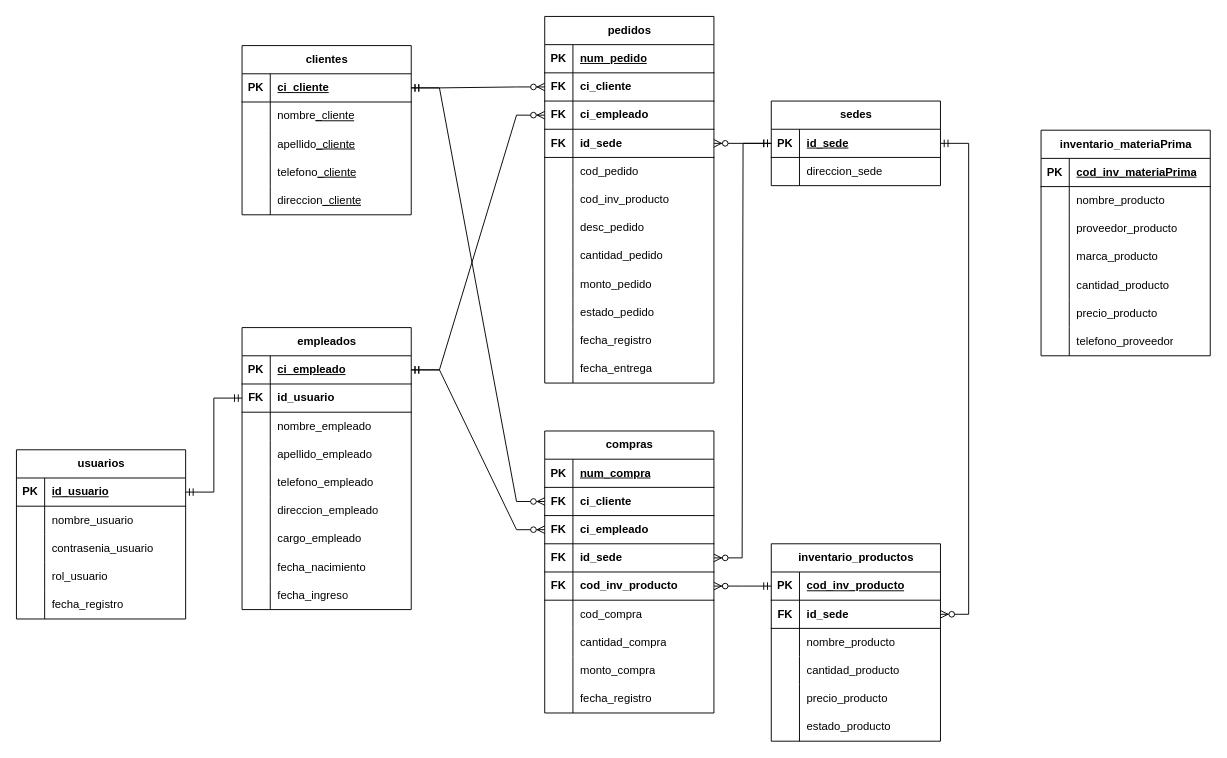
This is page "RD" (3 of 4) of IUTCM - Caso De Estudio - Analisis De Sistemas Para Informatica.drawio from AlbanyNVRodriguez/draw---diagrams, a draw.io file, before an edit. Source tidied: cells renumbered, new cells numbered last; positions are measured from the earlier drawing's top-left corner, leaving out a move shared by most shapes. Both pictures are drawn from the tidied source at 94%, with x=0, y=0 at pixel (16, 16).
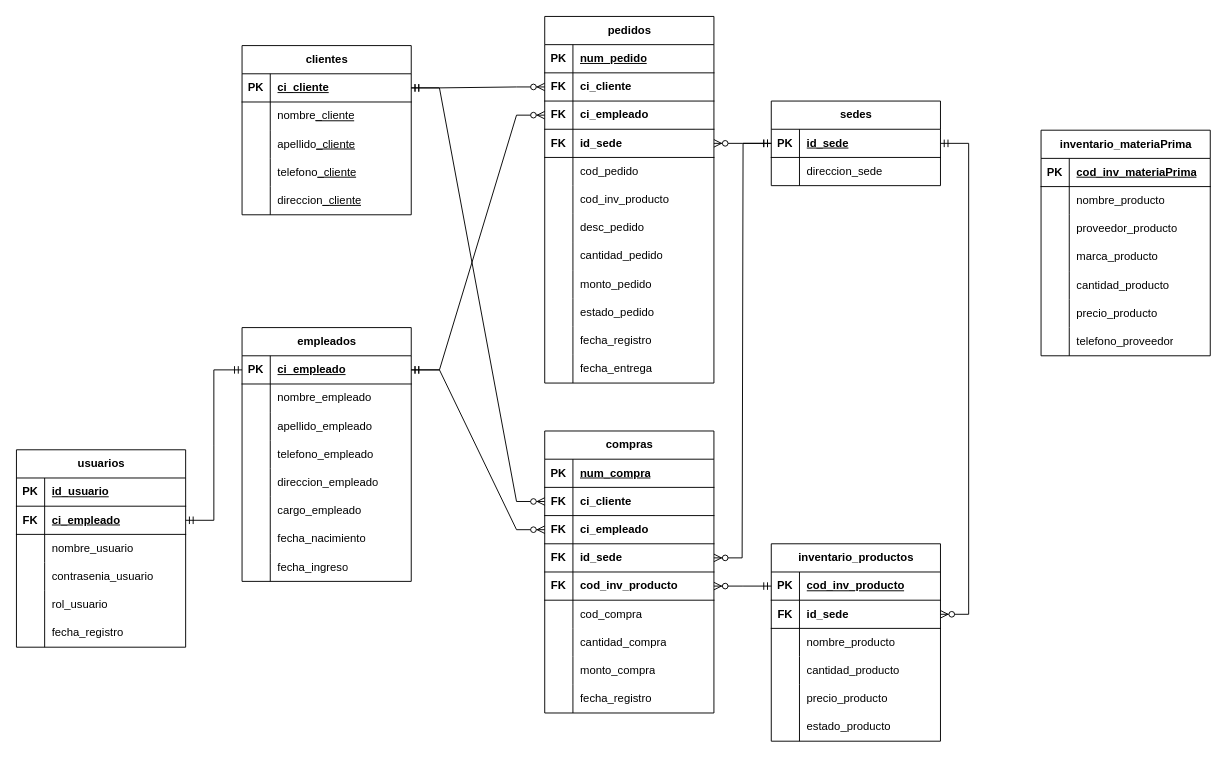
The same diagram, later.

The change refers to these unchanged cells:
```xml
<mxCell id="19" style="shape=tableRow;horizontal=0;startSize=0;swimlaneHead=0;swimlaneBody=0;fillColor=none;points=[[0,0.5],[1,0.5]];portConstraint=eastwest;top=0;left=0;right=0;bottom=1;" parent="18" vertex="1">
  <mxGeometry y="30" width="180" height="30" as="geometry" />
</mxCell>
<mxCell id="47" style="shape=tableRow;horizontal=0;startSize=0;swimlaneHead=0;swimlaneBody=0;fillColor=none;points=[[0,0.5],[1,0.5]];portConstraint=eastwest;top=0;left=0;right=0;bottom=1;" parent="46" vertex="1">
  <mxGeometry y="30" width="180" height="30" as="geometry" />
</mxCell>
```

Diff of the diagram source:
```diff
@@
     <mxCell id="18" value="empleados" style="shape=table;startSize=30;childLayout=tableLayout;rowLines=0;fontStyle=1;align=center;html=1;" parent="1" vertex="1">
-      <mxGeometry x="240" y="331" width="180" height="300" as="geometry" />
+      <mxGeometry x="240" y="331" width="180" height="270" as="geometry" />
     </mxCell>
@@
-    <mxCell id="22" style="shape=tableRow;horizontal=0;startSize=0;swimlaneHead=0;swimlaneBody=0;fillColor=none;points=[[0,0.5],[1,0.5]];portConstraint=eastwest;top=0;left=0;right=0;bottom=1;" parent="18" vertex="1">
-      <mxGeometry y="60" width="180" height="30" as="geometry" />
-    </mxCell>
-    <mxCell id="23" value="FK" style="shape=partialRectangle;fillColor=none;top=0;left=0;bottom=0;right=0;fontStyle=1;overflow=hidden;whiteSpace=wrap;html=1;" parent="22" vertex="1">
-      <mxGeometry width="30" height="30" as="geometry" />
-    </mxCell>
-    <mxCell id="24" value="id_usuario" style="shape=partialRectangle;fillColor=none;top=0;left=0;bottom=0;right=0;align=left;spacingLeft=6;fontStyle=1;overflow=hidden;whiteSpace=wrap;html=1;" parent="22" vertex="1">
-      <mxGeometry x="30" width="150" height="30" as="geometry" />
-    </mxCell>
     <mxCell id="25" style="shape=tableRow;horizontal=0;startSize=0;swimlaneHead=0;swimlaneBody=0;fillColor=none;top=0;left=0;right=0;bottom=0;" parent="18" vertex="1">
-      <mxGeometry y="90" width="180" height="30" as="geometry" />
+      <mxGeometry y="60" width="180" height="30" as="geometry" />
     </mxCell>
@@
     <mxCell id="28" style="shape=tableRow;horizontal=0;startSize=0;swimlaneHead=0;swimlaneBody=0;fillColor=none;top=0;left=0;right=0;bottom=0;" parent="18" vertex="1">
-      <mxGeometry y="120" width="180" height="30" as="geometry" />
+      <mxGeometry y="90" width="180" height="30" as="geometry" />
     </mxCell>
@@
     <mxCell id="31" style="shape=tableRow;horizontal=0;startSize=0;swimlaneHead=0;swimlaneBody=0;fillColor=none;top=0;left=0;right=0;bottom=0;" parent="18" vertex="1">
-      <mxGeometry y="150" width="180" height="30" as="geometry" />
+      <mxGeometry y="120" width="180" height="30" as="geometry" />
     </mxCell>
@@
     <mxCell id="34" style="shape=tableRow;horizontal=0;startSize=0;swimlaneHead=0;swimlaneBody=0;fillColor=none;top=0;left=0;right=0;bottom=0;" parent="18" vertex="1">
-      <mxGeometry y="180" width="180" height="30" as="geometry" />
+      <mxGeometry y="150" width="180" height="30" as="geometry" />
     </mxCell>
@@
     <mxCell id="37" style="shape=tableRow;horizontal=0;startSize=0;swimlaneHead=0;swimlaneBody=0;fillColor=none;top=0;left=0;right=0;bottom=0;" parent="18" vertex="1">
-      <mxGeometry y="210" width="180" height="30" as="geometry" />
+      <mxGeometry y="180" width="180" height="30" as="geometry" />
     </mxCell>
@@
     <mxCell id="40" style="shape=tableRow;horizontal=0;startSize=0;swimlaneHead=0;swimlaneBody=0;fillColor=none;top=0;left=0;right=0;bottom=0;" parent="18" vertex="1">
-      <mxGeometry y="240" width="180" height="30" as="geometry" />
+      <mxGeometry y="210" width="180" height="30" as="geometry" />
     </mxCell>
@@
     <mxCell id="43" style="shape=tableRow;horizontal=0;startSize=0;swimlaneHead=0;swimlaneBody=0;fillColor=none;top=0;left=0;right=0;bottom=0;" parent="18" vertex="1">
-      <mxGeometry y="270" width="180" height="30" as="geometry" />
+      <mxGeometry y="240" width="180" height="30" as="geometry" />
     </mxCell>
@@
     <mxCell id="46" value="usuarios" style="shape=table;startSize=30;childLayout=tableLayout;rowLines=0;fontStyle=1;align=center;html=1;" parent="1" vertex="1">
-      <mxGeometry y="461" width="180" height="180" as="geometry" />
+      <mxGeometry y="461" width="180" height="210" as="geometry" />
     </mxCell>
@@
+    <mxCell id="22" style="shape=tableRow;horizontal=0;startSize=0;swimlaneHead=0;swimlaneBody=0;fillColor=none;points=[[0,0.5],[1,0.5]];portConstraint=eastwest;top=0;left=0;right=0;bottom=1;" parent="46" vertex="1">
+      <mxGeometry y="60" width="180" height="30" as="geometry" />
+    </mxCell>
+    <mxCell id="23" value="FK" style="shape=partialRectangle;fillColor=none;top=0;left=0;bottom=0;right=0;fontStyle=1;overflow=hidden;whiteSpace=wrap;html=1;" parent="22" vertex="1">
+      <mxGeometry width="30" height="30" as="geometry" />
+    </mxCell>
+    <mxCell id="184" value="ci_empleado" style="shape=partialRectangle;fillColor=none;top=0;left=0;bottom=0;right=0;align=left;spacingLeft=6;fontStyle=5;overflow=hidden;whiteSpace=wrap;html=1;" parent="22" vertex="1">
+      <mxGeometry x="30" width="150" height="30" as="geometry" />
+    </mxCell>
     <mxCell id="50" style="shape=tableRow;horizontal=0;startSize=0;swimlaneHead=0;swimlaneBody=0;fillColor=none;top=0;left=0;right=0;bottom=0;" parent="46" vertex="1">
-      <mxGeometry y="60" width="180" height="30" as="geometry" />
+      <mxGeometry y="90" width="180" height="30" as="geometry" />
     </mxCell>
@@
     <mxCell id="53" style="shape=tableRow;horizontal=0;startSize=0;swimlaneHead=0;swimlaneBody=0;fillColor=none;top=0;left=0;right=0;bottom=0;" parent="46" vertex="1">
-      <mxGeometry y="90" width="180" height="30" as="geometry" />
+      <mxGeometry y="120" width="180" height="30" as="geometry" />
     </mxCell>
@@
     <mxCell id="56" style="shape=tableRow;horizontal=0;startSize=0;swimlaneHead=0;swimlaneBody=0;fillColor=none;top=0;left=0;right=0;bottom=0;" parent="46" vertex="1">
-      <mxGeometry y="120" width="180" height="30" as="geometry" />
+      <mxGeometry y="150" width="180" height="30" as="geometry" />
     </mxCell>
@@
     <mxCell id="59" style="shape=tableRow;horizontal=0;startSize=0;swimlaneHead=0;swimlaneBody=0;fillColor=none;top=0;left=0;right=0;bottom=0;" parent="46" vertex="1">
-      <mxGeometry y="150" width="180" height="30" as="geometry" />
+      <mxGeometry y="180" width="180" height="30" as="geometry" />
     </mxCell>
@@
-    <mxCell id="176" style="edgeStyle=entityRelationEdgeStyle;fontSize=12;html=1;endArrow=ERmandOne;startArrow=ERmandOne;rounded=0;exitX=1;exitY=0.5;exitDx=0;exitDy=0;entryX=0;entryY=0.5;entryDx=0;entryDy=0;" parent="1" edge="1" source="47" target="22">
+    <mxCell id="176" style="edgeStyle=entityRelationEdgeStyle;fontSize=12;html=1;endArrow=ERmandOne;startArrow=ERmandOne;rounded=0;exitX=1;exitY=0.5;exitDx=0;exitDy=0;entryX=0;entryY=0.5;entryDx=0;entryDy=0;" parent="1" edge="1" source="22" target="19">
       <mxGeometry relative="1" as="geometry" />
     </mxCell>
```
